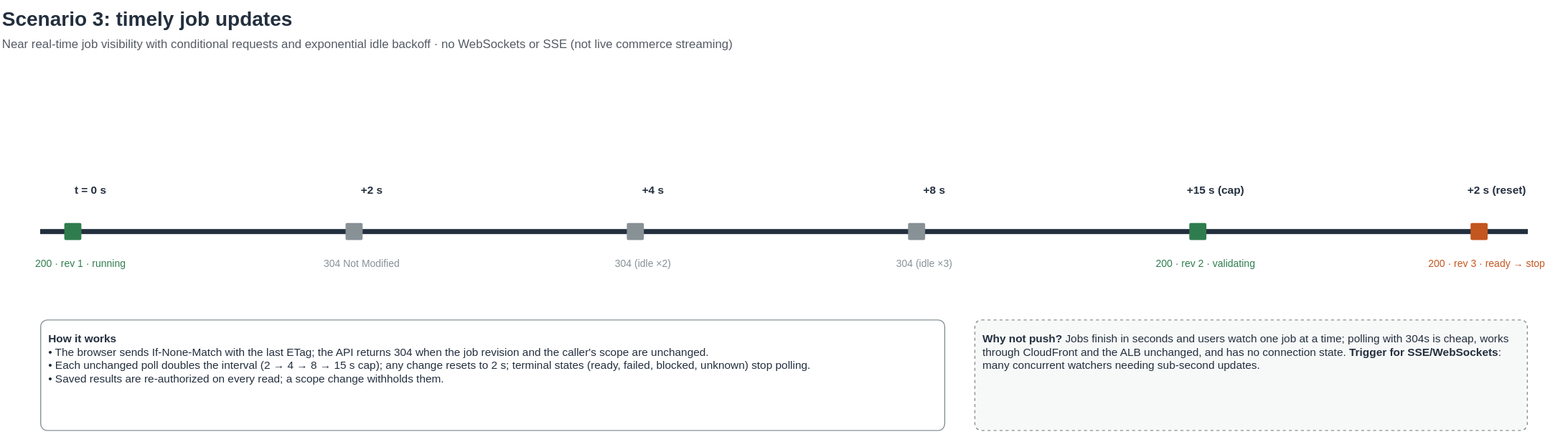
Before: docs/diagrams/polling-backoff.svg, a diagram exported from draw.io (abh2050/ontology-ops). Source tidied: cells renumbered, new cells last; positions are measured from the earlier drawing's top-left corner, leaving out a move shared by most shapes. Source of this version:
```xml
<mxGraphModel background="#FFFFFF">
  <root>
    <mxCell id="0" />
    <mxCell id="1" parent="0" />
    <mxCell id="2" value="&lt;b&gt;Scenario 3: timely job updates&lt;/b&gt;" style="text;html=1;align=left;verticalAlign=top;whiteSpace=wrap;fontSize=20;fontColor=#232F3E;fontStyle=0;" parent="1" vertex="1">
      <mxGeometry width="1560" height="30" as="geometry" />
    </mxCell>
    <mxCell id="3" value="Near real-time job visibility with conditional requests and exponential idle backoff · no WebSockets or SSE (not live commerce streaming)" style="text;html=1;align=left;verticalAlign=top;whiteSpace=wrap;fontSize=12;fontColor=#545B64;fontStyle=0;" parent="1" vertex="1">
      <mxGeometry y="30" width="1560" height="22" as="geometry" />
    </mxCell>
    <mxCell id="4" style="rounded=0;arcSize=6;whiteSpace=wrap;html=1;strokeColor=#232F3E;fillColor=#232F3E;fontColor=#232F3E;dashed=0;fontSize=11;align=left;verticalAlign=top;spacing=8;fontStyle=0;" parent="1" vertex="1">
      <mxGeometry x="40" y="228" width="1480" height="4" as="geometry" />
    </mxCell>
    <mxCell id="5" style="rounded=1;arcSize=6;whiteSpace=wrap;html=1;strokeColor=#2F7D4F;fillColor=#2F7D4F;fontColor=#232F3E;dashed=0;fontSize=11;align=left;verticalAlign=top;spacing=8;fontStyle=0;" parent="1" vertex="1">
      <mxGeometry x="64" y="222" width="16" height="16" as="geometry" />
    </mxCell>
    <mxCell id="6" value="&lt;b&gt;t = 0 s&lt;/b&gt;" style="text;html=1;align=center;verticalAlign=top;whiteSpace=wrap;fontSize=11;fontColor=#232F3E;fontStyle=0;" parent="1" vertex="1">
      <mxGeometry x="30" y="176" width="120" height="20" as="geometry" />
    </mxCell>
    <mxCell id="7" value="200 · rev 1 · running" style="text;html=1;align=center;verticalAlign=top;whiteSpace=wrap;fontSize=10;fontColor=#2F7D4F;fontStyle=0;" parent="1" vertex="1">
      <mxGeometry y="250" width="160" height="40" as="geometry" />
    </mxCell>
    <mxCell id="8" style="rounded=1;arcSize=6;whiteSpace=wrap;html=1;strokeColor=#879196;fillColor=#879196;fontColor=#232F3E;dashed=0;fontSize=11;align=left;verticalAlign=top;spacing=8;fontStyle=0;" parent="1" vertex="1">
      <mxGeometry x="344" y="222" width="16" height="16" as="geometry" />
    </mxCell>
    <mxCell id="9" value="&lt;b&gt;+2 s&lt;/b&gt;" style="text;html=1;align=center;verticalAlign=top;whiteSpace=wrap;fontSize=11;fontColor=#232F3E;fontStyle=0;" parent="1" vertex="1">
      <mxGeometry x="310" y="176" width="120" height="20" as="geometry" />
    </mxCell>
    <mxCell id="10" value="304 Not Modified" style="text;html=1;align=center;verticalAlign=top;whiteSpace=wrap;fontSize=10;fontColor=#879196;fontStyle=0;" parent="1" vertex="1">
      <mxGeometry x="280" y="250" width="160" height="40" as="geometry" />
    </mxCell>
    <mxCell id="11" style="rounded=1;arcSize=6;whiteSpace=wrap;html=1;strokeColor=#879196;fillColor=#879196;fontColor=#232F3E;dashed=0;fontSize=11;align=left;verticalAlign=top;spacing=8;fontStyle=0;" parent="1" vertex="1">
      <mxGeometry x="624" y="222" width="16" height="16" as="geometry" />
    </mxCell>
    <mxCell id="12" value="&lt;b&gt;+4 s&lt;/b&gt;" style="text;html=1;align=center;verticalAlign=top;whiteSpace=wrap;fontSize=11;fontColor=#232F3E;fontStyle=0;" parent="1" vertex="1">
      <mxGeometry x="590" y="176" width="120" height="20" as="geometry" />
    </mxCell>
    <mxCell id="13" value="304 (idle ×2)" style="text;html=1;align=center;verticalAlign=top;whiteSpace=wrap;fontSize=10;fontColor=#879196;fontStyle=0;" parent="1" vertex="1">
      <mxGeometry x="560" y="250" width="160" height="40" as="geometry" />
    </mxCell>
    <mxCell id="14" style="rounded=1;arcSize=6;whiteSpace=wrap;html=1;strokeColor=#879196;fillColor=#879196;fontColor=#232F3E;dashed=0;fontSize=11;align=left;verticalAlign=top;spacing=8;fontStyle=0;" parent="1" vertex="1">
      <mxGeometry x="904" y="222" width="16" height="16" as="geometry" />
    </mxCell>
    <mxCell id="15" value="&lt;b&gt;+8 s&lt;/b&gt;" style="text;html=1;align=center;verticalAlign=top;whiteSpace=wrap;fontSize=11;fontColor=#232F3E;fontStyle=0;" parent="1" vertex="1">
      <mxGeometry x="870" y="176" width="120" height="20" as="geometry" />
    </mxCell>
    <mxCell id="16" value="304 (idle ×3)" style="text;html=1;align=center;verticalAlign=top;whiteSpace=wrap;fontSize=10;fontColor=#879196;fontStyle=0;" parent="1" vertex="1">
      <mxGeometry x="840" y="250" width="160" height="40" as="geometry" />
    </mxCell>
    <mxCell id="17" style="rounded=1;arcSize=6;whiteSpace=wrap;html=1;strokeColor=#2F7D4F;fillColor=#2F7D4F;fontColor=#232F3E;dashed=0;fontSize=11;align=left;verticalAlign=top;spacing=8;fontStyle=0;" parent="1" vertex="1">
      <mxGeometry x="1184" y="222" width="16" height="16" as="geometry" />
    </mxCell>
    <mxCell id="18" value="&lt;b&gt;+15 s (cap)&lt;/b&gt;" style="text;html=1;align=center;verticalAlign=top;whiteSpace=wrap;fontSize=11;fontColor=#232F3E;fontStyle=0;" parent="1" vertex="1">
      <mxGeometry x="1150" y="176" width="120" height="20" as="geometry" />
    </mxCell>
    <mxCell id="19" value="200 · rev 2 · validating" style="text;html=1;align=center;verticalAlign=top;whiteSpace=wrap;fontSize=10;fontColor=#2F7D4F;fontStyle=0;" parent="1" vertex="1">
      <mxGeometry x="1120" y="250" width="160" height="40" as="geometry" />
    </mxCell>
    <mxCell id="20" style="rounded=1;arcSize=6;whiteSpace=wrap;html=1;strokeColor=#C4561F;fillColor=#C4561F;fontColor=#232F3E;dashed=0;fontSize=11;align=left;verticalAlign=top;spacing=8;fontStyle=0;" parent="1" vertex="1">
      <mxGeometry x="1464" y="222" width="16" height="16" as="geometry" />
    </mxCell>
    <mxCell id="21" value="&lt;b&gt;+2 s (reset)&lt;/b&gt;" style="text;html=1;align=center;verticalAlign=top;whiteSpace=wrap;fontSize=11;fontColor=#232F3E;fontStyle=0;" parent="1" vertex="1">
      <mxGeometry x="1430" y="176" width="120" height="20" as="geometry" />
    </mxCell>
    <mxCell id="22" value="200 · rev 3 · ready → stop" style="text;html=1;align=center;verticalAlign=top;whiteSpace=wrap;fontSize=10;fontColor=#C4561F;fontStyle=0;" parent="1" vertex="1">
      <mxGeometry x="1400" y="250" width="160" height="40" as="geometry" />
    </mxCell>
    <mxCell id="23" value="&lt;b&gt;How it works&lt;/b&gt;&lt;br&gt;• The browser sends If-None-Match with the last ETag; the API returns 304 when the job revision and the caller's scope are unchanged.&lt;br&gt;• Each unchanged poll doubles the interval (2 → 4 → 8 → 15 s cap); any change resets to 2 s; terminal states (ready, failed, blocked, unknown) stop polling.&lt;br&gt;• Saved results are re-authorized on every read; a scope change withholds them." style="rounded=1;arcSize=6;whiteSpace=wrap;html=1;strokeColor=#879196;fillColor=#FFFFFF;fontColor=#232F3E;dashed=0;fontSize=11;align=left;verticalAlign=top;spacing=8;fontStyle=0;" parent="1" vertex="1">
      <mxGeometry x="40" y="318" width="900" height="110" as="geometry" />
    </mxCell>
    <mxCell id="24" value="&lt;b&gt;Why not push?&lt;/b&gt; Jobs finish in seconds and users watch one job at a time; polling with 304s is cheap, works through CloudFront and the ALB unchanged, and has no connection state. &lt;b&gt;Trigger for SSE/WebSockets&lt;/b&gt;: many concurrent watchers needing sub-second updates." style="rounded=1;arcSize=6;whiteSpace=wrap;html=1;strokeColor=#879196;fillColor=#F7F8F8;fontColor=#232F3E;dashed=1;fontSize=11;align=left;verticalAlign=top;spacing=8;fontStyle=0;" parent="1" vertex="1">
      <mxGeometry x="970" y="318" width="550" height="110" as="geometry" />
    </mxCell>
  </root>
</mxGraphModel>
```
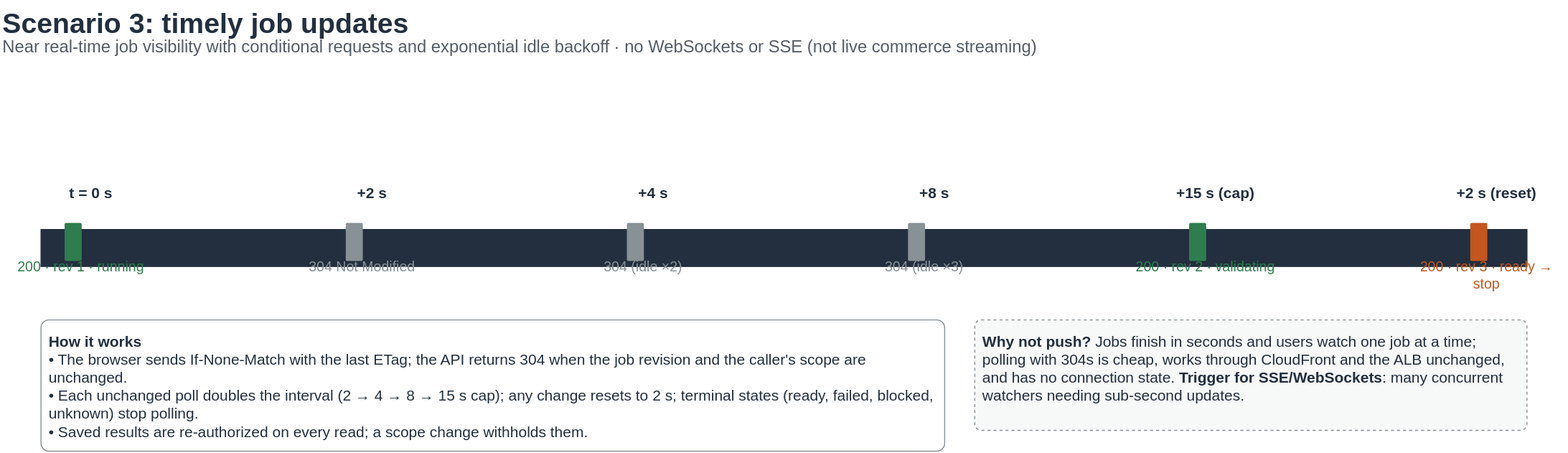
The same file after the commit.

Diff of the diagram source:
```diff
@@ -2,73 +2,73 @@
   <root>
     <mxCell id="0" />
     <mxCell id="1" parent="0" />
-    <mxCell id="2" value="&lt;b&gt;Scenario 3: timely job updates&lt;/b&gt;" style="text;html=1;align=left;verticalAlign=top;whiteSpace=wrap;fontSize=20;fontColor=#232F3E;fontStyle=0;" parent="1" vertex="1">
+    <mxCell id="2" value="&lt;b&gt;Scenario 3: timely job updates&lt;/b&gt;" style="text;html=1;align=left;verticalAlign=top;whiteSpace=wrap;fontSize=28;fontColor=#232F3E;fontStyle=0;" parent="1" vertex="1">
       <mxGeometry width="1560" height="30" as="geometry" />
     </mxCell>
-    <mxCell id="3" value="Near real-time job visibility with conditional requests and exponential idle backoff · no WebSockets or SSE (not live commerce streaming)" style="text;html=1;align=left;verticalAlign=top;whiteSpace=wrap;fontSize=12;fontColor=#545B64;fontStyle=0;" parent="1" vertex="1">
+    <mxCell id="3" value="Near real-time job visibility with conditional requests and exponential idle backoff · no WebSockets or SSE (not live commerce streaming)" style="text;html=1;align=left;verticalAlign=top;whiteSpace=wrap;fontSize=17;fontColor=#545B64;fontStyle=0;" parent="1" vertex="1">
       <mxGeometry y="30" width="1560" height="22" as="geometry" />
     </mxCell>
-    <mxCell id="4" style="rounded=0;arcSize=6;whiteSpace=wrap;html=1;strokeColor=#232F3E;fillColor=#232F3E;fontColor=#232F3E;dashed=0;fontSize=11;align=left;verticalAlign=top;spacing=8;fontStyle=0;" parent="1" vertex="1">
-      <mxGeometry x="40" y="228" width="1480" height="4" as="geometry" />
+    <mxCell id="4" style="rounded=0;arcSize=6;whiteSpace=wrap;html=1;strokeColor=#232F3E;fillColor=#232F3E;fontColor=#232F3E;dashed=0;fontSize=15;align=left;verticalAlign=top;spacing=8;fontStyle=0;" parent="1" vertex="1">
+      <mxGeometry x="40" y="228" width="1480" height="36.8" as="geometry" />
     </mxCell>
-    <mxCell id="5" style="rounded=1;arcSize=6;whiteSpace=wrap;html=1;strokeColor=#2F7D4F;fillColor=#2F7D4F;fontColor=#232F3E;dashed=0;fontSize=11;align=left;verticalAlign=top;spacing=8;fontStyle=0;" parent="1" vertex="1">
-      <mxGeometry x="64" y="222" width="16" height="16" as="geometry" />
+    <mxCell id="5" style="rounded=1;arcSize=6;whiteSpace=wrap;html=1;strokeColor=#2F7D4F;fillColor=#2F7D4F;fontColor=#232F3E;dashed=0;fontSize=15;align=left;verticalAlign=top;spacing=8;fontStyle=0;" parent="1" vertex="1">
+      <mxGeometry x="64" y="222" width="16" height="36.8" as="geometry" />
     </mxCell>
-    <mxCell id="6" value="&lt;b&gt;t = 0 s&lt;/b&gt;" style="text;html=1;align=center;verticalAlign=top;whiteSpace=wrap;fontSize=11;fontColor=#232F3E;fontStyle=0;" parent="1" vertex="1">
+    <mxCell id="6" value="&lt;b&gt;t = 0 s&lt;/b&gt;" style="text;html=1;align=center;verticalAlign=top;whiteSpace=wrap;fontSize=15;fontColor=#232F3E;fontStyle=0;" parent="1" vertex="1">
       <mxGeometry x="30" y="176" width="120" height="20" as="geometry" />
     </mxCell>
-    <mxCell id="7" value="200 · rev 1 · running" style="text;html=1;align=center;verticalAlign=top;whiteSpace=wrap;fontSize=10;fontColor=#2F7D4F;fontStyle=0;" parent="1" vertex="1">
+    <mxCell id="7" value="200 · rev 1 · running" style="text;html=1;align=center;verticalAlign=top;whiteSpace=wrap;fontSize=14;fontColor=#2F7D4F;fontStyle=0;" parent="1" vertex="1">
       <mxGeometry y="250" width="160" height="40" as="geometry" />
     </mxCell>
-    <mxCell id="8" style="rounded=1;arcSize=6;whiteSpace=wrap;html=1;strokeColor=#879196;fillColor=#879196;fontColor=#232F3E;dashed=0;fontSize=11;align=left;verticalAlign=top;spacing=8;fontStyle=0;" parent="1" vertex="1">
-      <mxGeometry x="344" y="222" width="16" height="16" as="geometry" />
+    <mxCell id="8" style="rounded=1;arcSize=6;whiteSpace=wrap;html=1;strokeColor=#879196;fillColor=#879196;fontColor=#232F3E;dashed=0;fontSize=15;align=left;verticalAlign=top;spacing=8;fontStyle=0;" parent="1" vertex="1">
+      <mxGeometry x="344" y="222" width="16" height="36.8" as="geometry" />
     </mxCell>
-    <mxCell id="9" value="&lt;b&gt;+2 s&lt;/b&gt;" style="text;html=1;align=center;verticalAlign=top;whiteSpace=wrap;fontSize=11;fontColor=#232F3E;fontStyle=0;" parent="1" vertex="1">
+    <mxCell id="9" value="&lt;b&gt;+2 s&lt;/b&gt;" style="text;html=1;align=center;verticalAlign=top;whiteSpace=wrap;fontSize=15;fontColor=#232F3E;fontStyle=0;" parent="1" vertex="1">
       <mxGeometry x="310" y="176" width="120" height="20" as="geometry" />
     </mxCell>
-    <mxCell id="10" value="304 Not Modified" style="text;html=1;align=center;verticalAlign=top;whiteSpace=wrap;fontSize=10;fontColor=#879196;fontStyle=0;" parent="1" vertex="1">
+    <mxCell id="10" value="304 Not Modified" style="text;html=1;align=center;verticalAlign=top;whiteSpace=wrap;fontSize=14;fontColor=#879196;fontStyle=0;" parent="1" vertex="1">
       <mxGeometry x="280" y="250" width="160" height="40" as="geometry" />
     </mxCell>
-    <mxCell id="11" style="rounded=1;arcSize=6;whiteSpace=wrap;html=1;strokeColor=#879196;fillColor=#879196;fontColor=#232F3E;dashed=0;fontSize=11;align=left;verticalAlign=top;spacing=8;fontStyle=0;" parent="1" vertex="1">
-      <mxGeometry x="624" y="222" width="16" height="16" as="geometry" />
+    <mxCell id="11" style="rounded=1;arcSize=6;whiteSpace=wrap;html=1;strokeColor=#879196;fillColor=#879196;fontColor=#232F3E;dashed=0;fontSize=15;align=left;verticalAlign=top;spacing=8;fontStyle=0;" parent="1" vertex="1">
+      <mxGeometry x="624" y="222" width="16" height="36.8" as="geometry" />
     </mxCell>
-    <mxCell id="12" value="&lt;b&gt;+4 s&lt;/b&gt;" style="text;html=1;align=center;verticalAlign=top;whiteSpace=wrap;fontSize=11;fontColor=#232F3E;fontStyle=0;" parent="1" vertex="1">
+    <mxCell id="12" value="&lt;b&gt;+4 s&lt;/b&gt;" style="text;html=1;align=center;verticalAlign=top;whiteSpace=wrap;fontSize=15;fontColor=#232F3E;fontStyle=0;" parent="1" vertex="1">
       <mxGeometry x="590" y="176" width="120" height="20" as="geometry" />
     </mxCell>
-    <mxCell id="13" value="304 (idle ×2)" style="text;html=1;align=center;verticalAlign=top;whiteSpace=wrap;fontSize=10;fontColor=#879196;fontStyle=0;" parent="1" vertex="1">
+    <mxCell id="13" value="304 (idle ×2)" style="text;html=1;align=center;verticalAlign=top;whiteSpace=wrap;fontSize=14;fontColor=#879196;fontStyle=0;" parent="1" vertex="1">
       <mxGeometry x="560" y="250" width="160" height="40" as="geometry" />
     </mxCell>
-    <mxCell id="14" style="rounded=1;arcSize=6;whiteSpace=wrap;html=1;strokeColor=#879196;fillColor=#879196;fontColor=#232F3E;dashed=0;fontSize=11;align=left;verticalAlign=top;spacing=8;fontStyle=0;" parent="1" vertex="1">
-      <mxGeometry x="904" y="222" width="16" height="16" as="geometry" />
+    <mxCell id="14" style="rounded=1;arcSize=6;whiteSpace=wrap;html=1;strokeColor=#879196;fillColor=#879196;fontColor=#232F3E;dashed=0;fontSize=15;align=left;verticalAlign=top;spacing=8;fontStyle=0;" parent="1" vertex="1">
+      <mxGeometry x="904" y="222" width="16" height="36.8" as="geometry" />
     </mxCell>
-    <mxCell id="15" value="&lt;b&gt;+8 s&lt;/b&gt;" style="text;html=1;align=center;verticalAlign=top;whiteSpace=wrap;fontSize=11;fontColor=#232F3E;fontStyle=0;" parent="1" vertex="1">
+    <mxCell id="15" value="&lt;b&gt;+8 s&lt;/b&gt;" style="text;html=1;align=center;verticalAlign=top;whiteSpace=wrap;fontSize=15;fontColor=#232F3E;fontStyle=0;" parent="1" vertex="1">
       <mxGeometry x="870" y="176" width="120" height="20" as="geometry" />
     </mxCell>
-    <mxCell id="16" value="304 (idle ×3)" style="text;html=1;align=center;verticalAlign=top;whiteSpace=wrap;fontSize=10;fontColor=#879196;fontStyle=0;" parent="1" vertex="1">
+    <mxCell id="16" value="304 (idle ×3)" style="text;html=1;align=center;verticalAlign=top;whiteSpace=wrap;fontSize=14;fontColor=#879196;fontStyle=0;" parent="1" vertex="1">
       <mxGeometry x="840" y="250" width="160" height="40" as="geometry" />
     </mxCell>
-    <mxCell id="17" style="rounded=1;arcSize=6;whiteSpace=wrap;html=1;strokeColor=#2F7D4F;fillColor=#2F7D4F;fontColor=#232F3E;dashed=0;fontSize=11;align=left;verticalAlign=top;spacing=8;fontStyle=0;" parent="1" vertex="1">
-      <mxGeometry x="1184" y="222" width="16" height="16" as="geometry" />
+    <mxCell id="17" style="rounded=1;arcSize=6;whiteSpace=wrap;html=1;strokeColor=#2F7D4F;fillColor=#2F7D4F;fontColor=#232F3E;dashed=0;fontSize=15;align=left;verticalAlign=top;spacing=8;fontStyle=0;" parent="1" vertex="1">
+      <mxGeometry x="1184" y="222" width="16" height="36.8" as="geometry" />
     </mxCell>
-    <mxCell id="18" value="&lt;b&gt;+15 s (cap)&lt;/b&gt;" style="text;html=1;align=center;verticalAlign=top;whiteSpace=wrap;fontSize=11;fontColor=#232F3E;fontStyle=0;" parent="1" vertex="1">
+    <mxCell id="18" value="&lt;b&gt;+15 s (cap)&lt;/b&gt;" style="text;html=1;align=center;verticalAlign=top;whiteSpace=wrap;fontSize=15;fontColor=#232F3E;fontStyle=0;" parent="1" vertex="1">
       <mxGeometry x="1150" y="176" width="120" height="20" as="geometry" />
     </mxCell>
-    <mxCell id="19" value="200 · rev 2 · validating" style="text;html=1;align=center;verticalAlign=top;whiteSpace=wrap;fontSize=10;fontColor=#2F7D4F;fontStyle=0;" parent="1" vertex="1">
+    <mxCell id="19" value="200 · rev 2 · validating" style="text;html=1;align=center;verticalAlign=top;whiteSpace=wrap;fontSize=14;fontColor=#2F7D4F;fontStyle=0;" parent="1" vertex="1">
       <mxGeometry x="1120" y="250" width="160" height="40" as="geometry" />
     </mxCell>
-    <mxCell id="20" style="rounded=1;arcSize=6;whiteSpace=wrap;html=1;strokeColor=#C4561F;fillColor=#C4561F;fontColor=#232F3E;dashed=0;fontSize=11;align=left;verticalAlign=top;spacing=8;fontStyle=0;" parent="1" vertex="1">
-      <mxGeometry x="1464" y="222" width="16" height="16" as="geometry" />
+    <mxCell id="20" style="rounded=1;arcSize=6;whiteSpace=wrap;html=1;strokeColor=#C4561F;fillColor=#C4561F;fontColor=#232F3E;dashed=0;fontSize=15;align=left;verticalAlign=top;spacing=8;fontStyle=0;" parent="1" vertex="1">
+      <mxGeometry x="1464" y="222" width="16" height="36.8" as="geometry" />
     </mxCell>
-    <mxCell id="21" value="&lt;b&gt;+2 s (reset)&lt;/b&gt;" style="text;html=1;align=center;verticalAlign=top;whiteSpace=wrap;fontSize=11;fontColor=#232F3E;fontStyle=0;" parent="1" vertex="1">
+    <mxCell id="21" value="&lt;b&gt;+2 s (reset)&lt;/b&gt;" style="text;html=1;align=center;verticalAlign=top;whiteSpace=wrap;fontSize=15;fontColor=#232F3E;fontStyle=0;" parent="1" vertex="1">
       <mxGeometry x="1430" y="176" width="120" height="20" as="geometry" />
     </mxCell>
-    <mxCell id="22" value="200 · rev 3 · ready → stop" style="text;html=1;align=center;verticalAlign=top;whiteSpace=wrap;fontSize=10;fontColor=#C4561F;fontStyle=0;" parent="1" vertex="1">
+    <mxCell id="22" value="200 · rev 3 · ready → stop" style="text;html=1;align=center;verticalAlign=top;whiteSpace=wrap;fontSize=14;fontColor=#C4561F;fontStyle=0;" parent="1" vertex="1">
       <mxGeometry x="1400" y="250" width="160" height="40" as="geometry" />
     </mxCell>
-    <mxCell id="23" value="&lt;b&gt;How it works&lt;/b&gt;&lt;br&gt;• The browser sends If-None-Match with the last ETag; the API returns 304 when the job revision and the caller's scope are unchanged.&lt;br&gt;• Each unchanged poll doubles the interval (2 → 4 → 8 → 15 s cap); any change resets to 2 s; terminal states (ready, failed, blocked, unknown) stop polling.&lt;br&gt;• Saved results are re-authorized on every read; a scope change withholds them." style="rounded=1;arcSize=6;whiteSpace=wrap;html=1;strokeColor=#879196;fillColor=#FFFFFF;fontColor=#232F3E;dashed=0;fontSize=11;align=left;verticalAlign=top;spacing=8;fontStyle=0;" parent="1" vertex="1">
-      <mxGeometry x="40" y="318" width="900" height="110" as="geometry" />
+    <mxCell id="23" value="&lt;b&gt;How it works&lt;/b&gt;&lt;br&gt;• The browser sends If-None-Match with the last ETag; the API returns 304 when the job revision and the caller's scope are unchanged.&lt;br&gt;• Each unchanged poll doubles the interval (2 → 4 → 8 → 15 s cap); any change resets to 2 s; terminal states (ready, failed, blocked, unknown) stop polling.&lt;br&gt;• Saved results are re-authorized on every read; a scope change withholds them." style="rounded=1;arcSize=6;whiteSpace=wrap;html=1;strokeColor=#879196;fillColor=#FFFFFF;fontColor=#232F3E;dashed=0;fontSize=15;align=left;verticalAlign=top;spacing=8;fontStyle=0;" parent="1" vertex="1">
+      <mxGeometry x="40" y="318" width="900" height="130.7" as="geometry" />
     </mxCell>
-    <mxCell id="24" value="&lt;b&gt;Why not push?&lt;/b&gt; Jobs finish in seconds and users watch one job at a time; polling with 304s is cheap, works through CloudFront and the ALB unchanged, and has no connection state. &lt;b&gt;Trigger for SSE/WebSockets&lt;/b&gt;: many concurrent watchers needing sub-second updates." style="rounded=1;arcSize=6;whiteSpace=wrap;html=1;strokeColor=#879196;fillColor=#F7F8F8;fontColor=#232F3E;dashed=1;fontSize=11;align=left;verticalAlign=top;spacing=8;fontStyle=0;" parent="1" vertex="1">
+    <mxCell id="24" value="&lt;b&gt;Why not push?&lt;/b&gt; Jobs finish in seconds and users watch one job at a time; polling with 304s is cheap, works through CloudFront and the ALB unchanged, and has no connection state. &lt;b&gt;Trigger for SSE/WebSockets&lt;/b&gt;: many concurrent watchers needing sub-second updates." style="rounded=1;arcSize=6;whiteSpace=wrap;html=1;strokeColor=#879196;fillColor=#F7F8F8;fontColor=#232F3E;dashed=1;fontSize=15;align=left;verticalAlign=top;spacing=8;fontStyle=0;" parent="1" vertex="1">
       <mxGeometry x="970" y="318" width="550" height="110" as="geometry" />
     </mxCell>
   </root>
```
